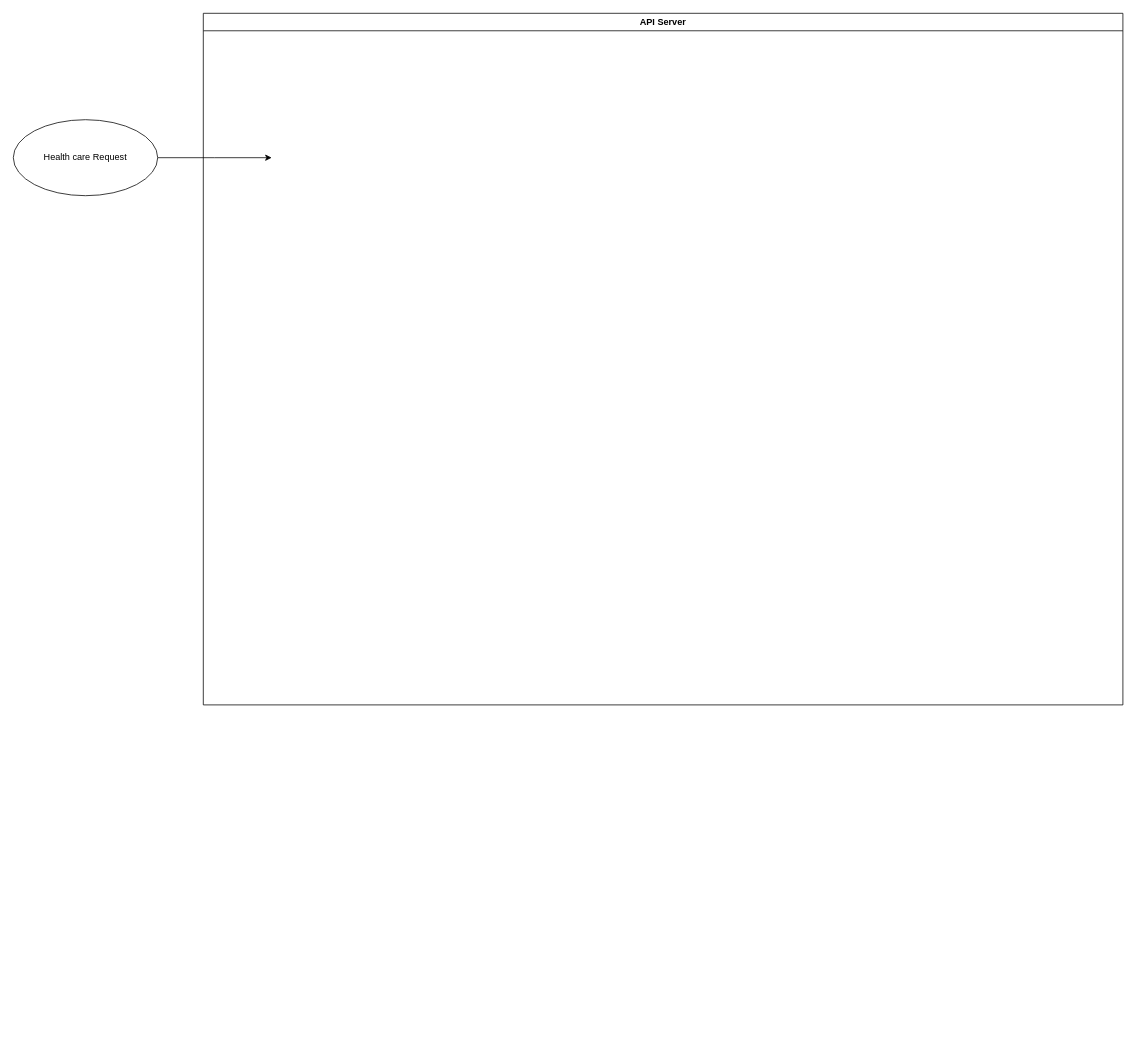
Earlier version of the draw.io diagram Silvur/SilvurHealthCare.drawio (hrishikesh/Diagrams). Source tidied: cells renumbered, new cells numbered last; positions are measured from the earlier drawing's top-left corner, leaving out a move shared by most shapes. Both pictures are drawn from the tidied source at 76%, with x=0, y=0 at pixel (13, 13).
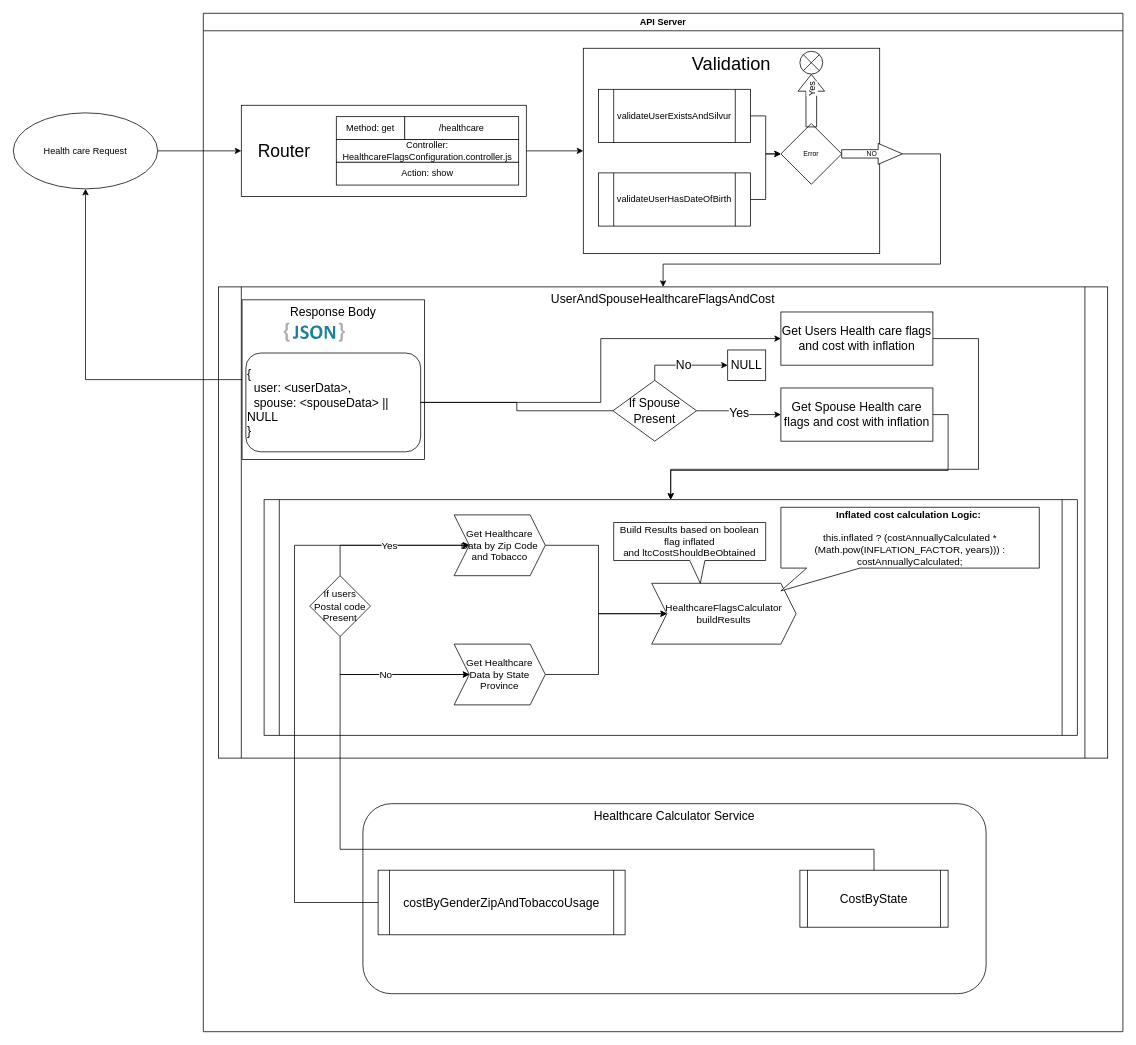
The same page after the edit.

Diff of the diagram source:
```diff
@@
-    <mxCell id="2" style="edgeStyle=orthogonalEdgeStyle;rounded=0;html=1;jettySize=auto;exitX=1;exitY=0.5;exitDx=0;exitDy=0;" parent="1" edge="1" source="3">
-      <mxGeometry relative="1" as="geometry">
-        <mxPoint x="340" y="190" as="targetPoint" />
-      </mxGeometry>
+    <mxCell id="2" style="edgeStyle=orthogonalEdgeStyle;rounded=0;html=1;jettySize=auto;exitX=1;exitY=0.5;exitDx=0;exitDy=0;entryX=0;entryY=0.5;entryDx=0;entryDy=0;" parent="1" edge="1" source="3" target="13">
+      <mxGeometry relative="1" as="geometry" />
     </mxCell>
+    <mxCell id="4" value="API Server" style="swimlane;whiteSpace=wrap;html=1;horizontal=1;" parent="1" vertex="1">
+      <mxGeometry x="250" width="1210" height="1340" as="geometry" />
+    </mxCell>
+    <mxCell id="5" value="&lt;font style=&quot;font-size: 24px;&quot;&gt;Validation&lt;/font&gt;" style="rounded=0;whiteSpace=wrap;html=1;fontSize=9;verticalAlign=top;" parent="4" vertex="1">
+      <mxGeometry x="500" y="46" width="390" height="270" as="geometry" />
+    </mxCell>
+    <mxCell id="6" style="edgeStyle=orthogonalEdgeStyle;rounded=0;jettySize=auto;html=1;fontSize=12;" parent="4" edge="1" source="7" target="10">
+      <mxGeometry relative="1" as="geometry" />
+    </mxCell>
+    <mxCell id="7" value="&lt;font style=&quot;font-size: 12px;&quot;&gt;validateUserExistsAndSilvur&lt;/font&gt;" style="shape=process;whiteSpace=wrap;html=1;backgroundOutline=1;fontSize=12;" parent="4" vertex="1">
+      <mxGeometry x="520" y="100" width="200" height="70" as="geometry" />
+    </mxCell>
+    <mxCell id="8" style="edgeStyle=orthogonalEdgeStyle;rounded=0;jettySize=auto;html=1;entryX=0;entryY=0.5;entryDx=0;entryDy=0;fontSize=12;" parent="4" edge="1" source="9" target="10">
+      <mxGeometry relative="1" as="geometry" />
+    </mxCell>
+    <mxCell id="9" value="&lt;font style=&quot;font-size: 12px;&quot;&gt;validateUserHasDateOfBirth&lt;/font&gt;" style="shape=process;whiteSpace=wrap;html=1;backgroundOutline=1;fontSize=12;" parent="4" vertex="1">
+      <mxGeometry x="520" y="210" width="200" height="70" as="geometry" />
+    </mxCell>
+    <mxCell id="10" value="Error" style="rhombus;whiteSpace=wrap;html=1;fontSize=9;" parent="4" vertex="1">
+      <mxGeometry x="760" y="145" width="80" height="80" as="geometry" />
+    </mxCell>
+    <mxCell id="11" value="NO" style="shape=singleArrow;whiteSpace=wrap;html=1;arrowWidth=0.4;arrowSize=0.4;fontSize=9;" parent="4" vertex="1">
+      <mxGeometry x="840" y="171.2" width="80" height="27.5" as="geometry" />
+    </mxCell>
+    <mxCell id="12" style="group;" parent="4" vertex="1">
+      <mxGeometry x="50" y="121" width="375" height="120" as="geometry" />
+    </mxCell>
+    <mxCell id="13" value="Router" style="rounded=0;whiteSpace=wrap;html=1;align=left;horizontal=1;spacingLeft=20;fontSize=23;" parent="12" vertex="1">
+      <mxGeometry width="375" height="120" as="geometry" />
+    </mxCell>
+    <mxCell id="14" style="group;" parent="12" vertex="1">
+      <mxGeometry x="125" y="15" width="240" height="90" as="geometry" />
+    </mxCell>
+    <mxCell id="15" value="/healthcare" style="rounded=0;whiteSpace=wrap;html=1;" parent="14" vertex="1">
+      <mxGeometry x="90" width="150" height="30" as="geometry" />
+    </mxCell>
+    <mxCell id="16" style="group;" parent="14" vertex="1">
+      <mxGeometry width="240" height="90" as="geometry" />
+    </mxCell>
+    <mxCell id="17" value="Method: get" style="rounded=0;whiteSpace=wrap;html=1;" parent="16" vertex="1">
+      <mxGeometry width="90" height="30" as="geometry" />
+    </mxCell>
+    <mxCell id="18" value="Controller: HealthcareFlagsConfiguration.controller.js" style="rounded=0;whiteSpace=wrap;html=1;" parent="16" vertex="1">
+      <mxGeometry y="30" width="240" height="30" as="geometry" />
+    </mxCell>
+    <mxCell id="19" value="Action: show" style="rounded=0;whiteSpace=wrap;html=1;" parent="16" vertex="1">
+      <mxGeometry y="60" width="240" height="30" as="geometry" />
+    </mxCell>
+    <mxCell id="20" style="shape=flexArrow;endArrow=classic;html=1;rounded=0;fontSize=12;endWidth=20;endSize=7;horizontal=0;width=14;" parent="4" edge="1">
+      <mxGeometry relative="1" as="geometry">
+        <mxPoint x="800" y="150" as="sourcePoint" />
+        <mxPoint x="800" y="80" as="targetPoint" />
+      </mxGeometry>
+    </mxCell>
+    <mxCell id="21" value="Yes" style="edgeLabel;html=1;align=center;verticalAlign=middle;fontSize=12;horizontal=0;" parent="20" vertex="1">
+      <mxGeometry x="0.4" relative="1" as="geometry" />
+    </mxCell>
+    <mxCell id="22" style="shape=sumEllipse;perimeter=ellipsePerimeter;whiteSpace=wrap;html=1;backgroundOutline=1;fontSize=12;" parent="4" vertex="1">
+      <mxGeometry x="785" y="50" width="30" height="30" as="geometry" />
+    </mxCell>
+    <mxCell id="23" style="edgeStyle=orthogonalEdgeStyle;rounded=0;jettySize=auto;html=1;entryX=0;entryY=0.5;entryDx=0;entryDy=0;fontSize=12;" parent="4" edge="1" source="13" target="5">
+      <mxGeometry relative="1" as="geometry" />
+    </mxCell>
+    <mxCell id="24" value="UserAndSpouseHealthcareFlagsAndCost" style="shape=process;whiteSpace=wrap;html=1;backgroundOutline=1;fontSize=16;verticalAlign=top;size=0.02564102564102564;" parent="4" vertex="1">
+      <mxGeometry x="20" y="360" width="1170" height="620" as="geometry" />
+    </mxCell>
+    <mxCell id="25" style="edgeStyle=orthogonalEdgeStyle;rounded=0;jettySize=auto;html=1;fontSize=12;entryX=0.5;entryY=0;entryDx=0;entryDy=0;" parent="4" edge="1" source="11" target="24">
+      <mxGeometry relative="1" as="geometry">
+        <Array as="points">
+          <mxPoint x="970" y="185" />
+          <mxPoint x="970" y="330" />
+          <mxPoint x="605" y="330" />
+        </Array>
+      </mxGeometry>
+    </mxCell>
+    <mxCell id="26" value="Get Users Health care flags and cost with&amp;nbsp;inflation" style="rounded=0;whiteSpace=wrap;html=1;fontSize=16;" parent="4" vertex="1">
+      <mxGeometry x="760" y="393" width="200" height="70" as="geometry" />
+    </mxCell>
+    <mxCell id="27" value="Get Spouse Health care flags and cost with&amp;nbsp;inflation" style="rounded=0;whiteSpace=wrap;html=1;fontSize=16;" parent="4" vertex="1">
+      <mxGeometry x="760" y="493" width="200" height="70" as="geometry" />
+    </mxCell>
+    <mxCell id="28" style="group;" parent="4" vertex="1">
+      <mxGeometry x="51" y="377" width="240" height="210" as="geometry" />
+    </mxCell>
+    <mxCell id="29" value="Response Body" style="rounded=0;whiteSpace=wrap;html=1;fontSize=16;horizontal=1;align=center;verticalAlign=top;" parent="28" vertex="1">
+      <mxGeometry width="240" height="210" as="geometry" />
+    </mxCell>
+    <mxCell id="30" style="dashed=0;html=1;align=center;labelPosition=center;verticalLabelPosition=bottom;verticalAlign=top;shape=mxgraph.weblogos.json_2;fontSize=16;" parent="28" vertex="1">
+      <mxGeometry x="54.8" y="30" width="80.4" height="25.2" as="geometry" />
+    </mxCell>
+    <mxCell id="31" value="&lt;div&gt;{&lt;/div&gt;&lt;div&gt;&lt;span style=&quot;&quot;&gt;&lt;/span&gt;&amp;nbsp; user: &amp;lt;userData&amp;gt;,&lt;/div&gt;&lt;div&gt;&lt;span style=&quot;&quot;&gt;&lt;/span&gt;&amp;nbsp; spouse: &amp;lt;spouseData&amp;gt; || NULL&lt;/div&gt;&lt;div&gt;}&lt;/div&gt;" style="rounded=1;whiteSpace=wrap;html=1;fontSize=16;align=left;" parent="28" vertex="1">
+      <mxGeometry x="5" y="70" width="230" height="130" as="geometry" />
+    </mxCell>
+    <mxCell id="32" style="edgeStyle=orthogonalEdgeStyle;rounded=0;jettySize=auto;html=1;entryX=0;entryY=0.5;entryDx=0;entryDy=0;fontSize=16;exitX=1;exitY=0.5;exitDx=0;exitDy=0;" parent="4" edge="1" source="31" target="26">
+      <mxGeometry relative="1" as="geometry" />
+    </mxCell>
+    <mxCell id="33" value="Yes" style="edgeStyle=orthogonalEdgeStyle;rounded=0;jettySize=auto;html=1;entryX=0;entryY=0.5;entryDx=0;entryDy=0;fontSize=16;startArrow=none;" parent="4" edge="1" source="35" target="27">
+      <mxGeometry relative="1" as="geometry" />
+    </mxCell>
+    <mxCell id="34" value="No" style="edgeStyle=orthogonalEdgeStyle;rounded=0;jettySize=auto;html=1;exitX=0.5;exitY=0;exitDx=0;exitDy=0;entryX=0;entryY=0.5;entryDx=0;entryDy=0;fontSize=16;" parent="4" edge="1" source="35" target="37">
+      <mxGeometry relative="1" as="geometry">
+        <Array as="points">
+          <mxPoint x="594" y="463" />
+          <mxPoint x="690" y="463" />
+        </Array>
+      </mxGeometry>
+    </mxCell>
+    <mxCell id="35" value="If Spouse Present" style="rhombus;whiteSpace=wrap;html=1;fontSize=16;" parent="4" vertex="1">
+      <mxGeometry x="539" y="483" width="110" height="80" as="geometry" />
+    </mxCell>
+    <mxCell id="36" style="edgeStyle=orthogonalEdgeStyle;rounded=0;jettySize=auto;html=1;entryX=0;entryY=0.5;entryDx=0;entryDy=0;fontSize=16;endArrow=none;exitX=1;exitY=0.5;exitDx=0;exitDy=0;" parent="4" edge="1" source="31" target="35">
+      <mxGeometry relative="1" as="geometry" />
+    </mxCell>
+    <mxCell id="37" value="NULL" style="rounded=0;whiteSpace=wrap;html=1;fontSize=16;" parent="4" vertex="1">
+      <mxGeometry x="690" y="443" width="50" height="40" as="geometry" />
+    </mxCell>
+    <mxCell id="38" value="Healthcare Calculator Service" style="rounded=1;whiteSpace=wrap;html=1;fontSize=16;horizontal=1;verticalAlign=top;" parent="4" vertex="1">
+      <mxGeometry x="210" y="1040" width="820" height="250" as="geometry" />
+    </mxCell>
+    <mxCell id="39" value="costByGenderZipAndTobaccoUsage" style="shape=process;whiteSpace=wrap;html=1;backgroundOutline=1;fontSize=16;size=0.046153846153846156;" parent="4" vertex="1">
+      <mxGeometry x="230" y="1127.5" width="325" height="85" as="geometry" />
+    </mxCell>
+    <mxCell id="40" value="CostByState" style="shape=process;whiteSpace=wrap;html=1;backgroundOutline=1;fontSize=16;size=0.05128205128205128;" parent="4" vertex="1">
+      <mxGeometry x="785" y="1127.5" width="195" height="75" as="geometry" />
+    </mxCell>
     <mxCell id="3" value="Health care Request" style="ellipse;whiteSpace=wrap;html=1;" parent="1" vertex="1">
-      <mxGeometry y="140" width="190" height="100" as="geometry" />
+      <mxGeometry y="131" width="190" height="100" as="geometry" />
     </mxCell>
-    <mxCell id="4" value="API Server" style="swimlane;whiteSpace=wrap;html=1;" parent="1" vertex="1">
-      <mxGeometry x="250" width="1210" height="910" as="geometry" />
-    </mxCell>
+    <mxCell id="41" style="edgeStyle=orthogonalEdgeStyle;rounded=0;jettySize=auto;html=1;fontSize=16;entryX=0.5;entryY=1;entryDx=0;entryDy=0;" parent="1" edge="1" source="29" target="3">
+      <mxGeometry relative="1" as="geometry" />
+    </mxCell>
+    <mxCell id="42" style="shape=process;whiteSpace=wrap;html=1;backgroundOutline=1;fontSize=16;size=0.018691588785046728;" parent="1" vertex="1">
+      <mxGeometry x="330" y="640" width="1070" height="310" as="geometry" />
+    </mxCell>
+    <mxCell id="43" style="edgeStyle=orthogonalEdgeStyle;rounded=0;jettySize=auto;html=1;entryX=0;entryY=0.5;entryDx=0;entryDy=0;fontSize=13;" parent="1" edge="1" source="44" target="50">
+      <mxGeometry relative="1" as="geometry">
+        <Array as="points">
+          <mxPoint x="770" y="700" />
+          <mxPoint x="770" y="790" />
+        </Array>
+      </mxGeometry>
+    </mxCell>
+    <mxCell id="44" value="Get Healthcare Data by Zip Code and Tobacco" style="shape=step;perimeter=stepPerimeter;whiteSpace=wrap;html=1;fixedSize=1;fontSize=13;align=center;" parent="1" vertex="1">
+      <mxGeometry x="580" y="660" width="120" height="80" as="geometry" />
+    </mxCell>
+    <mxCell id="45" value="If users Postal code Present" style="rhombus;whiteSpace=wrap;html=1;fontSize=13;" parent="1" vertex="1">
+      <mxGeometry x="390" y="740" width="80" height="80" as="geometry" />
+    </mxCell>
+    <mxCell id="46" style="edgeStyle=orthogonalEdgeStyle;rounded=0;jettySize=auto;html=1;entryX=0;entryY=0.5;entryDx=0;entryDy=0;fontSize=13;" parent="1" edge="1" source="47" target="50">
+      <mxGeometry relative="1" as="geometry" />
+    </mxCell>
+    <mxCell id="47" value="Get Healthcare Data by State Province" style="shape=step;perimeter=stepPerimeter;whiteSpace=wrap;html=1;fixedSize=1;fontSize=13;align=center;" parent="1" vertex="1">
+      <mxGeometry x="580" y="830" width="120" height="80" as="geometry" />
+    </mxCell>
+    <mxCell id="48" style="edgeStyle=orthogonalEdgeStyle;rounded=0;jettySize=auto;html=1;exitX=0;exitY=0.5;exitDx=0;exitDy=0;entryX=0;entryY=0.5;entryDx=0;entryDy=0;fontSize=13;" parent="1" edge="1" source="39" target="44">
+      <mxGeometry relative="1" as="geometry">
+        <Array as="points">
+          <mxPoint x="370" y="1170" />
+          <mxPoint x="370" y="700" />
+        </Array>
+      </mxGeometry>
+    </mxCell>
+    <mxCell id="49" style="edgeStyle=orthogonalEdgeStyle;rounded=0;jettySize=auto;html=1;entryX=0;entryY=0.5;entryDx=0;entryDy=0;fontSize=13;" parent="1" edge="1" source="40" target="47">
+      <mxGeometry relative="1" as="geometry">
+        <Array as="points">
+          <mxPoint x="1133" y="1100" />
+          <mxPoint x="430" y="1100" />
+          <mxPoint x="430" y="870" />
+        </Array>
+      </mxGeometry>
+    </mxCell>
+    <mxCell id="50" value="&lt;div&gt;HealthcareFlagsCalculator&lt;/div&gt;&lt;div&gt;buildResults&lt;/div&gt;" style="shape=step;perimeter=stepPerimeter;whiteSpace=wrap;html=1;fixedSize=1;fontSize=13;" parent="1" vertex="1">
+      <mxGeometry x="840" y="750" width="190" height="80" as="geometry" />
+    </mxCell>
+    <mxCell id="51" style="edgeStyle=orthogonalEdgeStyle;rounded=0;jettySize=auto;html=1;entryX=0.5;entryY=0;entryDx=0;entryDy=0;fontSize=13;" parent="1" edge="1" source="26" target="42">
+      <mxGeometry relative="1" as="geometry">
+        <Array as="points">
+          <mxPoint x="1270" y="428" />
+          <mxPoint x="1270" y="600" />
+          <mxPoint x="865" y="600" />
+        </Array>
+      </mxGeometry>
+    </mxCell>
+    <mxCell id="52" style="edgeStyle=orthogonalEdgeStyle;rounded=0;jettySize=auto;html=1;exitX=1;exitY=0.5;exitDx=0;exitDy=0;entryX=0.5;entryY=0;entryDx=0;entryDy=0;fontSize=13;" parent="1" edge="1" source="27" target="42">
+      <mxGeometry relative="1" as="geometry" />
+    </mxCell>
+    <mxCell id="53" value="Build Results based on boolean flag inflated and&amp;nbsp;ltcCostShouldBeObtained" style="shape=callout;whiteSpace=wrap;html=1;perimeter=calloutPerimeter;fontSize=13;position2=0.57;" parent="1" vertex="1">
+      <mxGeometry x="790" y="670" width="200" height="80" as="geometry" />
+    </mxCell>
+    <mxCell id="54" value="&lt;div&gt;&lt;b&gt;Inflated cost calculation Logic:&amp;nbsp;&lt;/b&gt;&lt;/div&gt;&lt;div&gt;&lt;br&gt;&lt;/div&gt;&lt;div&gt;this.inflated ? (costAnnuallyCalculated * (Math.pow(INFLATION_FACTOR, years))) : costAnnuallyCalculated;&lt;/div&gt;" style="shape=callout;whiteSpace=wrap;html=1;perimeter=calloutPerimeter;fontSize=13;position2=0;size=30;position=0.1;base=70;" parent="1" vertex="1">
+      <mxGeometry x="1010" y="650" width="340" height="110" as="geometry" />
+    </mxCell>
+    <mxCell id="55" value="No" style="edgeStyle=orthogonalEdgeStyle;rounded=0;jettySize=auto;html=1;entryX=0;entryY=0.5;entryDx=0;entryDy=0;fontSize=13;" parent="1" edge="1" source="45" target="47">
+      <mxGeometry relative="1" as="geometry">
+        <Array as="points">
+          <mxPoint x="430" y="870" />
+        </Array>
+      </mxGeometry>
+    </mxCell>
+    <mxCell id="56" value="Yes" style="edgeStyle=orthogonalEdgeStyle;rounded=0;jettySize=auto;html=1;fontSize=13;" parent="1" edge="1" source="45" target="44">
+      <mxGeometry relative="1" as="geometry">
+        <Array as="points">
+          <mxPoint x="430" y="700" />
+        </Array>
+      </mxGeometry>
+    </mxCell>
```
